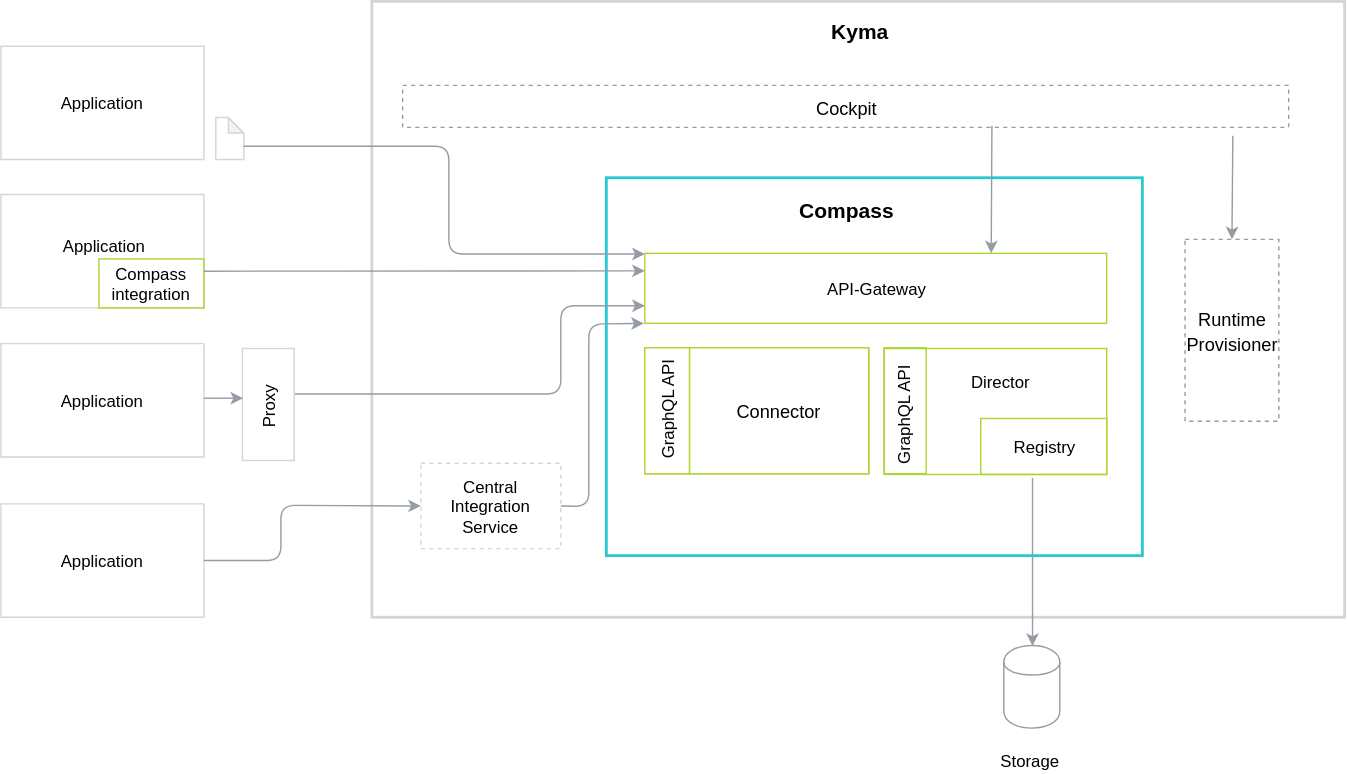
kyma-project/kyma keeps this draw.io diagram as docs/compass/assets/components.svg. Above is the earlier version. Source tidied: cells renumbered, new cells last; positions are measured from the earlier drawing's top-left corner, leaving out a move shared by most shapes.
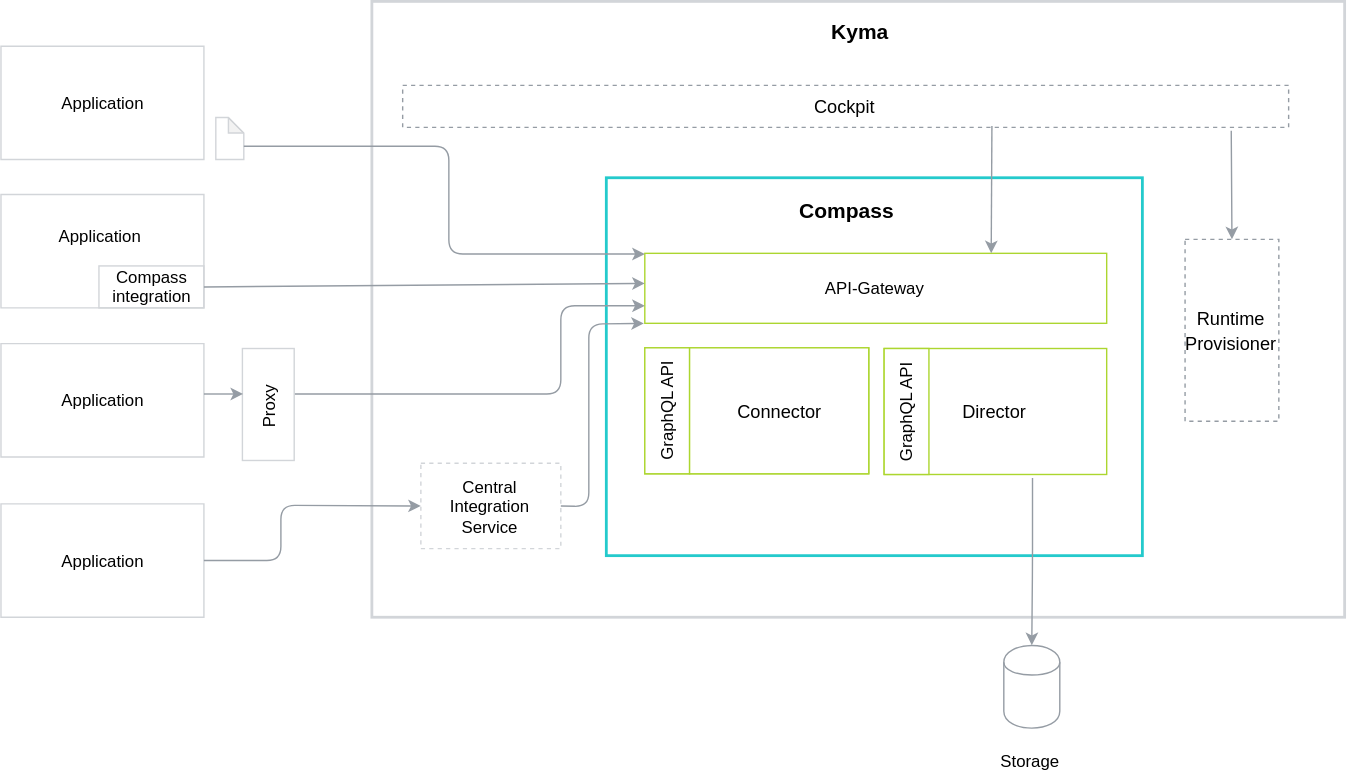
After the commit.

Change to the diagram source:
```diff
@@ -37,14 +37,19 @@
     </mxCell>
     <mxCell id="13" style="edgeStyle=orthogonalEdgeStyle;jettySize=auto;html=1;entryX=0.5;entryY=0;entryDx=0;entryDy=0;startFill=0;strokeColor=#959CA4;strokeWidth=1;fontSize=15;" parent="1" edge="1" target="9">
       <mxGeometry relative="1" as="geometry">
-        <mxPoint x="737" y="339.5" as="sourcePoint" />
+        <mxPoint x="737" y="340" as="sourcePoint" />
         <Array as="points">
-          <mxPoint x="737" y="339.5" />
+          <mxPoint x="737" y="400" />
         </Array>
       </mxGeometry>
     </mxCell>
-    <mxCell id="14" style="rounded=1;jettySize=auto;html=1;exitX=0.5;exitY=0;exitDx=0;exitDy=0;entryX=0.937;entryY=1.2;entryDx=0;entryDy=0;entryPerimeter=0;startArrow=classic;startFill=1;endArrow=none;endFill=0;strokeColor=#959CA4;" parent="1" edge="1" source="15" target="11">
-      <mxGeometry relative="1" as="geometry" />
+    <mxCell id="14" style="rounded=1;jettySize=auto;html=1;exitX=0.5;exitY=0;exitDx=0;exitDy=0;startArrow=classic;startFill=1;endArrow=none;endFill=0;strokeColor=#959CA4;" parent="1" edge="1" source="15">
+      <mxGeometry relative="1" as="geometry">
+        <mxPoint x="879" y="92" as="targetPoint" />
+        <Array as="points">
+          <mxPoint x="879" y="92" />
+        </Array>
+      </mxGeometry>
     </mxCell>
     <mxCell id="15" value="&lt;font style=&quot;font-size: 13px&quot;&gt;Runtime Provisioner&lt;br&gt;&lt;/font&gt;" style="rounded=0;whiteSpace=wrap;html=1;labelBackgroundColor=none;strokeColor=#959CA4;strokeWidth=1;fillColor=#FFFFFF;gradientColor=none;fontFamily=Helvetica;fontSize=15;fontColor=#000000;dashed=1;" parent="1" vertex="1">
       <mxGeometry x="846" y="169.5" width="67" height="130" as="geometry" />
@@ -58,21 +63,9 @@
     <mxCell id="18" value="API-Gateway" style="rounded=0;whiteSpace=wrap;html=1;strokeColor=#ACD62F;fillColor=none;" parent="1" vertex="1">
       <mxGeometry x="460" y="179.5" width="330" height="50" as="geometry" />
     </mxCell>
-    <mxCell id="19" style="rounded=0;whiteSpace=wrap;html=1;strokeColor=#ACD62F;fillColor=none;" parent="1" vertex="1">
+    <mxCell id="19" value="&lt;font style=&quot;font-size: 13px&quot;&gt;Director&lt;/font&gt;" style="rounded=0;whiteSpace=wrap;html=1;strokeColor=#ACD62F;fillColor=none;" parent="1" vertex="1">
       <mxGeometry x="631" y="247.5" width="159" height="90" as="geometry" />
     </mxCell>
-    <mxCell id="20" value="Registry" style="rounded=0;whiteSpace=wrap;html=1;strokeColor=#ACD62F;fillColor=none;" parent="1" vertex="1">
-      <mxGeometry x="700" y="297.5" width="90" height="40" as="geometry" />
-    </mxCell>
-    <mxCell id="21" value="Director" style="text;html=1;strokeColor=none;fillColor=none;align=center;verticalAlign=middle;whiteSpace=wrap;rounded=0;" parent="1" vertex="1">
-      <mxGeometry x="694.5" y="260.5" width="40" height="20" as="geometry" />
-    </mxCell>
-    <mxCell id="22" style="rounded=0;whiteSpace=wrap;html=1;strokeColor=#ACD62F;fillColor=none;rotation=0;" parent="1" vertex="1">
-      <mxGeometry x="631" y="247" width="30" height="90" as="geometry" />
-    </mxCell>
-    <mxCell id="23" value="GraphQL API" style="text;html=1;strokeColor=none;fillColor=none;align=center;verticalAlign=middle;whiteSpace=wrap;rounded=0;rotation=-90;" parent="1" vertex="1">
-      <mxGeometry x="605" y="285.5" width="80" height="20" as="geometry" />
-    </mxCell>
     <mxCell id="24" value="Central Integration&lt;br&gt;Service" style="rounded=0;whiteSpace=wrap;html=1;strokeColor=#D2D5D9;strokeWidth=1;dashed=1;" parent="1" vertex="1">
       <mxGeometry x="300" y="329.5" width="100" height="61" as="geometry" />
     </mxCell>
@@ -85,11 +78,11 @@
     <mxCell id="27" value="Application" style="shape=parallelogram;perimeter=parallelogramPerimeter;whiteSpace=wrap;html=1;size=0;strokeColor=#D2D5D9;" parent="1" vertex="1">
       <mxGeometry y="358.5" width="145" height="81" as="geometry" />
     </mxCell>
-    <mxCell id="28" value="Compass&lt;br&gt;integration" style="rounded=0;whiteSpace=wrap;html=1;strokeColor=#ACD62F;strokeWidth=1;fillColor=none;" parent="1" vertex="1">
-      <mxGeometry x="70" y="183.5" width="75" height="35" as="geometry" />
+    <mxCell id="28" value="Compass&lt;br&gt;integration" style="rounded=0;whiteSpace=wrap;html=1;strokeColor=#D2D5D9;strokeWidth=1;fillColor=none;" parent="1" vertex="1">
+      <mxGeometry x="70" y="188.5" width="75" height="30" as="geometry" />
     </mxCell>
     <mxCell id="29" value="Application" style="text;html=1;strokeColor=none;fillColor=none;align=center;verticalAlign=middle;whiteSpace=wrap;rounded=0;" parent="1" vertex="1">
-      <mxGeometry x="52.5" y="164" width="40" height="20" as="geometry" />
+      <mxGeometry x="50" y="157" width="40" height="20" as="geometry" />
     </mxCell>
     <mxCell id="30" style="rounded=0;whiteSpace=wrap;html=1;strokeColor=#D2D5D9;strokeWidth=1;fillColor=none;spacing=4;" parent="1" vertex="1">
       <mxGeometry x="172.5" y="247.5" width="37" height="80" as="geometry" />
@@ -114,7 +107,7 @@
         </Array>
       </mxGeometry>
     </mxCell>
-    <mxCell id="34" style="endArrow=classic;html=1;strokeColor=#959CA4;exitX=1;exitY=0.25;exitDx=0;exitDy=0;entryX=0;entryY=0.25;entryDx=0;entryDy=0;" parent="1" edge="1" source="28" target="18">
+    <mxCell id="34" style="endArrow=classic;html=1;strokeColor=#959CA4;exitX=1;exitY=0.5;exitDx=0;exitDy=0;entryX=0;entryY=0.43;entryDx=0;entryDy=0;entryPerimeter=0;" parent="1" edge="1" source="28" target="18">
       <mxGeometry relative="1" as="geometry" />
     </mxCell>
     <mxCell id="35" style="endArrow=classic;html=1;strokeColor=#959CA4;entryX=0;entryY=0.75;entryDx=0;entryDy=0;" parent="1" edge="1" target="18">
@@ -141,9 +134,12 @@
     </mxCell>
     <mxCell id="38" style="endArrow=classic;html=1;strokeColor=#959CA4;" parent="1" edge="1">
       <mxGeometry relative="1" as="geometry">
-        <mxPoint x="145" y="283" as="sourcePoint" />
-        <mxPoint x="173" y="283" as="targetPoint" />
+        <mxPoint x="145" y="280" as="sourcePoint" />
+        <mxPoint x="173" y="280" as="targetPoint" />
       </mxGeometry>
     </mxCell>
+    <mxCell id="23" value="&lt;font style=&quot;font-size: 12px;&quot;&gt;GraphQL API&lt;br style=&quot;font-size: 12px;&quot;&gt;&lt;/font&gt;" style="rounded=0;whiteSpace=wrap;html=1;labelBackgroundColor=none;strokeColor=#ACD62F;strokeWidth=1;fillColor=#FFFFFF;gradientColor=none;fontFamily=Helvetica;fontSize=12;fontColor=#000000;horizontal=0;" parent="1" vertex="1">
+      <mxGeometry x="631" y="247.5" width="32" height="90" as="geometry" />
+    </mxCell>
   </root>
 </mxGraphModel>
```
